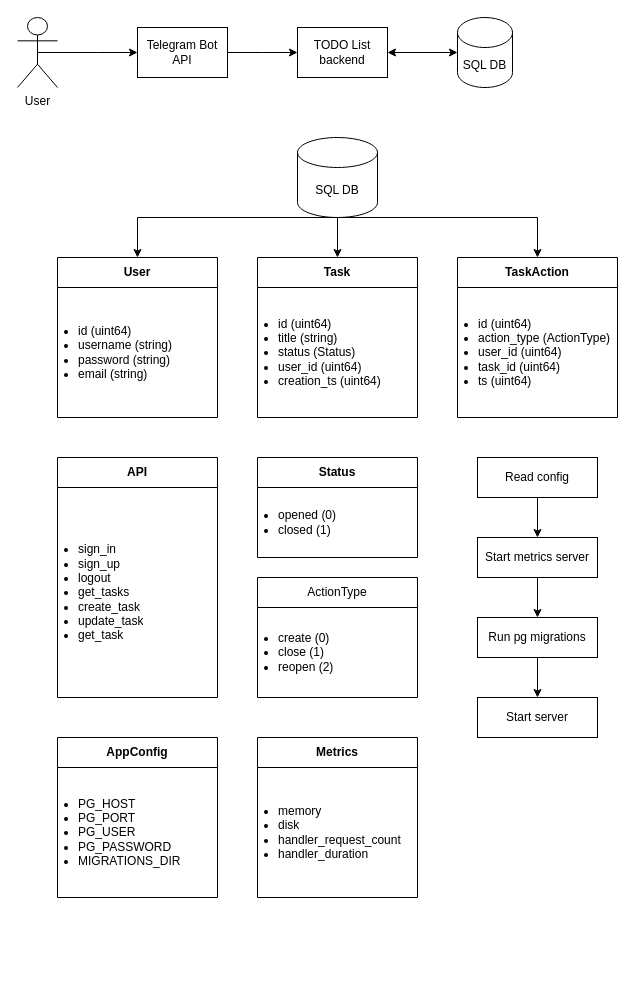
Above: design/design.drawio in ypodlesov/todo_list_service (draw.io), before the change. Source tidied: cells renumbered, new cells numbered last; positions are measured from the earlier drawing's top-left corner, leaving out a move shared by most shapes. Both pictures are drawn from the tidied source at 100%, with x=0, y=0 at pixel (17, 17).
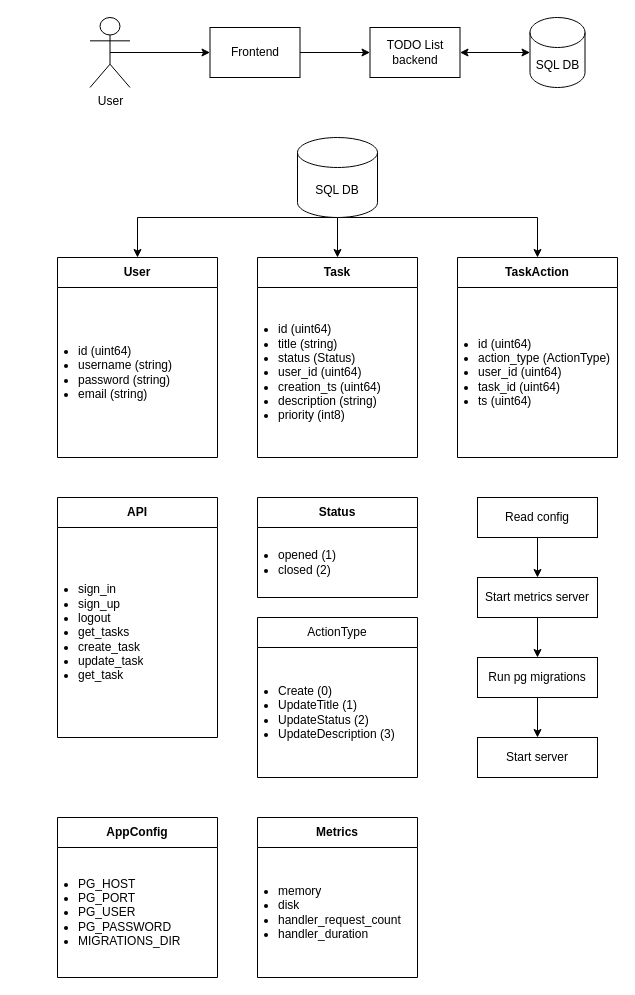
The same page after the edit.

Diff of the diagram source:
```diff
@@
     <mxCell id="2" value="&lt;b&gt;User&lt;/b&gt;" style="swimlane;fontStyle=0;horizontal=1;startSize=30;whiteSpace=wrap;html=1;" parent="1" vertex="1">
-      <mxGeometry x="40" y="240" width="160" height="160" as="geometry" />
+      <mxGeometry x="40" y="240" width="160" height="200" as="geometry" />
     </mxCell>
     <mxCell id="3" value="&lt;ul style=&quot;padding-left: 15px; padding-bottom: 0px;&quot;&gt;&lt;li&gt;id (uint64)&lt;/li&gt;&lt;li&gt;username (string)&lt;/li&gt;&lt;li&gt;password (string)&lt;/li&gt;&lt;li&gt;email (string)&lt;/li&gt;&lt;/ul&gt;" style="text;strokeColor=none;fillColor=none;align=left;verticalAlign=middle;spacingLeft=4;spacingRight=4;overflow=hidden;whiteSpace=wrap;html=1;" parent="2" vertex="1">
-      <mxGeometry y="30" width="160" height="130" as="geometry" />
+      <mxGeometry y="30" width="160" height="170" as="geometry" />
     </mxCell>
     <mxCell id="4" value="&lt;b&gt;Task&lt;/b&gt;" style="swimlane;fontStyle=0;horizontal=1;startSize=30;whiteSpace=wrap;html=1;" parent="1" vertex="1">
-      <mxGeometry x="240" y="240" width="160" height="160" as="geometry" />
+      <mxGeometry x="240" y="240" width="160" height="200" as="geometry" />
     </mxCell>
-    <mxCell id="5" value="&lt;ul style=&quot;padding-left: 15px; padding-bottom: 0px;&quot;&gt;&lt;li&gt;id (uint64)&lt;/li&gt;&lt;li&gt;title (string)&lt;/li&gt;&lt;li&gt;status (Status)&lt;/li&gt;&lt;li&gt;user_id (uint64)&lt;/li&gt;&lt;li&gt;creation_ts (uint64)&lt;/li&gt;&lt;/ul&gt;" style="text;strokeColor=none;fillColor=none;align=left;verticalAlign=middle;spacingLeft=4;spacingRight=4;overflow=hidden;whiteSpace=wrap;html=1;" parent="4" vertex="1">
-      <mxGeometry y="30" width="160" height="130" as="geometry" />
+    <mxCell id="5" value="&lt;ul style=&quot;padding-left: 15px; padding-bottom: 0px;&quot;&gt;&lt;li&gt;id (uint64)&lt;/li&gt;&lt;li&gt;title (string)&lt;/li&gt;&lt;li&gt;status (Status)&lt;/li&gt;&lt;li&gt;user_id (uint64)&lt;/li&gt;&lt;li&gt;creation_ts (uint64)&lt;/li&gt;&lt;li&gt;description (string)&lt;/li&gt;&lt;li&gt;priority (int8)&lt;/li&gt;&lt;/ul&gt;" style="text;strokeColor=none;fillColor=none;align=left;verticalAlign=middle;spacingLeft=4;spacingRight=4;overflow=hidden;whiteSpace=wrap;html=1;" parent="4" vertex="1">
+      <mxGeometry y="30" width="160" height="170" as="geometry" />
     </mxCell>
@@
     <mxCell id="10" value="&lt;b&gt;TaskAction&lt;/b&gt;" style="swimlane;fontStyle=0;horizontal=1;startSize=30;whiteSpace=wrap;html=1;" parent="1" vertex="1">
-      <mxGeometry x="440" y="240" width="160" height="160" as="geometry" />
+      <mxGeometry x="440" y="240" width="160" height="200" as="geometry" />
     </mxCell>
     <mxCell id="11" value="&lt;ul style=&quot;padding-left: 15px; padding-bottom: 0px;&quot;&gt;&lt;li&gt;id (uint64)&lt;/li&gt;&lt;li&gt;action_type (ActionType)&lt;/li&gt;&lt;li&gt;user_id (uint64)&lt;/li&gt;&lt;li&gt;task_id (uint64)&lt;/li&gt;&lt;li&gt;ts (uint64)&lt;/li&gt;&lt;/ul&gt;" style="text;strokeColor=none;fillColor=none;align=left;verticalAlign=middle;spacingLeft=4;spacingRight=4;overflow=hidden;whiteSpace=wrap;html=1;" parent="10" vertex="1">
-      <mxGeometry y="30" width="160" height="130" as="geometry" />
+      <mxGeometry y="30" width="160" height="170" as="geometry" />
     </mxCell>
     <mxCell id="12" style="edgeStyle=orthogonalEdgeStyle;rounded=0;jettySize=auto;html=1;exitX=0.5;exitY=0.5;exitDx=0;exitDy=0;exitPerimeter=0;" parent="1" edge="1" source="13">
       <mxGeometry relative="1" as="geometry">
-        <mxPoint x="120" y="35" as="targetPoint" />
+        <mxPoint x="192.5" y="35" as="targetPoint" />
       </mxGeometry>
     </mxCell>
     <mxCell id="13" value="User" style="shape=umlActor;verticalLabelPosition=bottom;verticalAlign=top;html=1;outlineConnect=0;" parent="1" vertex="1">
-      <mxGeometry width="40" height="70" as="geometry" />
+      <mxGeometry x="72.5" width="40" height="70" as="geometry" />
     </mxCell>
     <mxCell id="14" style="edgeStyle=orthogonalEdgeStyle;rounded=0;jettySize=auto;html=1;exitX=1;exitY=0.5;exitDx=0;exitDy=0;" parent="1" edge="1" source="15">
       <mxGeometry relative="1" as="geometry">
-        <mxPoint x="280" y="35" as="targetPoint" />
+        <mxPoint x="352.5" y="35" as="targetPoint" />
       </mxGeometry>
     </mxCell>
-    <mxCell id="15" value="Telegram Bot API" style="rounded=0;whiteSpace=wrap;html=1;" parent="1" vertex="1">
-      <mxGeometry x="120" y="10" width="90" height="50" as="geometry" />
+    <mxCell id="15" value="Frontend" style="rounded=0;whiteSpace=wrap;html=1;" parent="1" vertex="1">
+      <mxGeometry x="192.5" y="10" width="90" height="50" as="geometry" />
     </mxCell>
     <mxCell id="16" value="TODO List backend" style="rounded=0;whiteSpace=wrap;html=1;" parent="1" vertex="1">
-      <mxGeometry x="280" y="10" width="90" height="50" as="geometry" />
+      <mxGeometry x="352.5" y="10" width="90" height="50" as="geometry" />
     </mxCell>
     <mxCell id="17" style="endArrow=classic;startArrow=classic;html=1;rounded=0;entryX=1;entryY=0.5;entryDx=0;entryDy=0;" parent="1" edge="1" target="16">
       <mxGeometry relative="1" as="geometry">
-        <mxPoint x="440" y="35" as="sourcePoint" />
+        <mxPoint x="512.5" y="35" as="sourcePoint" />
       </mxGeometry>
     </mxCell>
     <mxCell id="18" value="SQL DB" style="shape=cylinder3;whiteSpace=wrap;html=1;boundedLbl=1;backgroundOutline=1;size=15;" parent="1" vertex="1">
-      <mxGeometry x="440" width="55" height="70" as="geometry" />
+      <mxGeometry x="512.5" width="55" height="70" as="geometry" />
     </mxCell>
     <mxCell id="19" value="&lt;b&gt;API&lt;/b&gt;" style="swimlane;fontStyle=0;horizontal=1;startSize=30;whiteSpace=wrap;html=1;" parent="1" vertex="1">
-      <mxGeometry x="40" y="440" width="160" height="240" as="geometry" />
+      <mxGeometry x="40" y="480" width="160" height="240" as="geometry" />
     </mxCell>
@@
     <mxCell id="21" value="&lt;b&gt;Status&lt;/b&gt;" style="swimlane;fontStyle=0;horizontal=1;startSize=30;whiteSpace=wrap;html=1;" parent="1" vertex="1">
-      <mxGeometry x="240" y="440" width="160" height="100" as="geometry" />
+      <mxGeometry x="240" y="480" width="160" height="100" as="geometry" />
     </mxCell>
-    <mxCell id="22" value="&lt;ul style=&quot;padding-left: 15px; padding-bottom: 0px;&quot;&gt;&lt;li&gt;opened (0)&lt;/li&gt;&lt;li&gt;closed (1)&lt;/li&gt;&lt;/ul&gt;" style="text;strokeColor=none;fillColor=none;align=left;verticalAlign=middle;spacingLeft=4;spacingRight=4;overflow=hidden;whiteSpace=wrap;html=1;spacing=2;" parent="21" vertex="1">
+    <mxCell id="22" value="&lt;ul style=&quot;padding-left: 15px; padding-bottom: 0px;&quot;&gt;&lt;li&gt;opened (1)&lt;/li&gt;&lt;li&gt;closed (2)&lt;/li&gt;&lt;/ul&gt;" style="text;strokeColor=none;fillColor=none;align=left;verticalAlign=middle;spacingLeft=4;spacingRight=4;overflow=hidden;whiteSpace=wrap;html=1;spacing=2;" parent="21" vertex="1">
       <mxGeometry y="30" width="160" height="70" as="geometry" />
     </mxCell>
     <mxCell id="23" value="&lt;span style=&quot;text-align: left;&quot;&gt;ActionType&lt;/span&gt;" style="swimlane;fontStyle=0;horizontal=1;startSize=30;whiteSpace=wrap;html=1;" parent="1" vertex="1">
-      <mxGeometry x="240" y="560" width="160" height="120" as="geometry" />
+      <mxGeometry x="240" y="600" width="160" height="160" as="geometry" />
     </mxCell>
-    <mxCell id="24" value="&lt;ul style=&quot;padding-left: 15px; padding-bottom: 0px;&quot;&gt;&lt;li&gt;create (0)&lt;/li&gt;&lt;li&gt;close (1)&lt;/li&gt;&lt;li&gt;reopen (2)&lt;/li&gt;&lt;/ul&gt;" style="text;strokeColor=none;fillColor=none;align=left;verticalAlign=middle;spacingLeft=4;spacingRight=4;overflow=hidden;whiteSpace=wrap;html=1;spacing=2;" parent="23" vertex="1">
-      <mxGeometry y="30" width="160" height="90" as="geometry" />
+    <mxCell id="24" value="&lt;ul style=&quot;padding-left: 15px; padding-bottom: 0px;&quot;&gt;&lt;li&gt;Create (0)&lt;/li&gt;&lt;li&gt;UpdateTitle (1)&lt;/li&gt;&lt;li&gt;UpdateStatus (2)&lt;/li&gt;&lt;li&gt;UpdateDescription (3)&lt;/li&gt;&lt;/ul&gt;" style="text;strokeColor=none;fillColor=none;align=left;verticalAlign=middle;spacingLeft=4;spacingRight=4;overflow=hidden;whiteSpace=wrap;html=1;spacing=2;" parent="23" vertex="1">
+      <mxGeometry y="30" width="160" height="130" as="geometry" />
     </mxCell>
     <mxCell id="25" value="&lt;span style=&quot;text-align: left;&quot;&gt;&lt;b&gt;AppConfig&lt;/b&gt;&lt;/span&gt;" style="swimlane;fontStyle=0;horizontal=1;startSize=30;whiteSpace=wrap;html=1;" parent="1" vertex="1">
-      <mxGeometry x="40" y="720" width="160" height="160" as="geometry" />
+      <mxGeometry x="40" y="800" width="160" height="160" as="geometry" />
     </mxCell>
@@
     <mxCell id="27" value="Read config" style="rounded=0;whiteSpace=wrap;html=1;" parent="1" vertex="1">
-      <mxGeometry x="460" y="440" width="120" height="40" as="geometry" />
+      <mxGeometry x="460" y="480" width="120" height="40" as="geometry" />
     </mxCell>
     <mxCell id="28" style="endArrow=classic;html=1;exitX=0.5;exitY=1;exitDx=0;exitDy=0;" parent="1" edge="1" source="27">
       <mxGeometry relative="1" as="geometry">
-        <mxPoint x="520" y="520" as="targetPoint" />
+        <mxPoint x="520" y="560" as="targetPoint" />
       </mxGeometry>
     </mxCell>
     <mxCell id="29" value="Start metrics server" style="rounded=0;whiteSpace=wrap;html=1;" parent="1" vertex="1">
-      <mxGeometry x="460" y="520" width="120" height="40" as="geometry" />
+      <mxGeometry x="460" y="560" width="120" height="40" as="geometry" />
     </mxCell>
     <mxCell id="30" style="endArrow=classic;html=1;exitX=0.5;exitY=1;exitDx=0;exitDy=0;" parent="1" edge="1" source="29">
       <mxGeometry relative="1" as="geometry">
-        <mxPoint x="520" y="600" as="targetPoint" />
+        <mxPoint x="520" y="640" as="targetPoint" />
       </mxGeometry>
     </mxCell>
     <mxCell id="31" value="Run pg migrations" style="rounded=0;whiteSpace=wrap;html=1;" parent="1" vertex="1">
-      <mxGeometry x="460" y="600" width="120" height="40" as="geometry" />
+      <mxGeometry x="460" y="640" width="120" height="40" as="geometry" />
     </mxCell>
@@
     <mxCell id="33" value="Start server" style="rounded=0;whiteSpace=wrap;html=1;" parent="1" vertex="1">
-      <mxGeometry x="460" y="680" width="120" height="40" as="geometry" />
+      <mxGeometry x="460" y="720" width="120" height="40" as="geometry" />
     </mxCell>
     <mxCell id="34" value="&lt;span style=&quot;text-align: left;&quot;&gt;&lt;b&gt;Metrics&lt;/b&gt;&lt;/span&gt;" style="swimlane;fontStyle=0;horizontal=1;startSize=30;whiteSpace=wrap;html=1;" parent="1" vertex="1">
-      <mxGeometry x="240" y="720" width="160" height="160" as="geometry" />
+      <mxGeometry x="240" y="800" width="160" height="160" as="geometry" />
     </mxCell>
```
